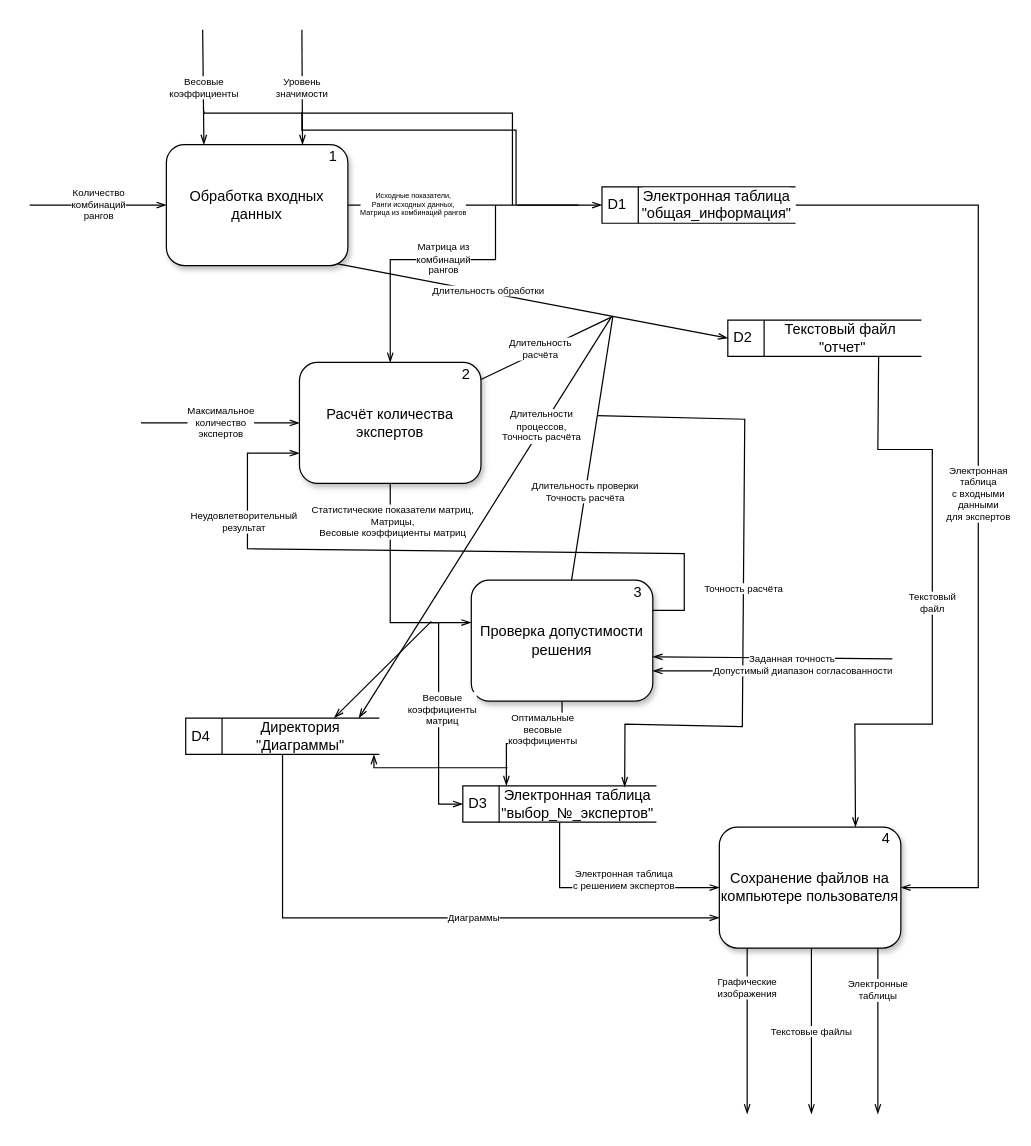
Earlier version of the draw.io diagram page "Уровень 1" (2 of 3) of draw_io/ddf prog.drawio (Dimj1k/Works). Source tidied: cells renumbered, new cells numbered last; positions are measured from the earlier drawing's top-left corner, leaving out a move shared by most shapes. Both pictures are drawn from the tidied source at 121%, with x=0, y=0 at pixel (29, 29).
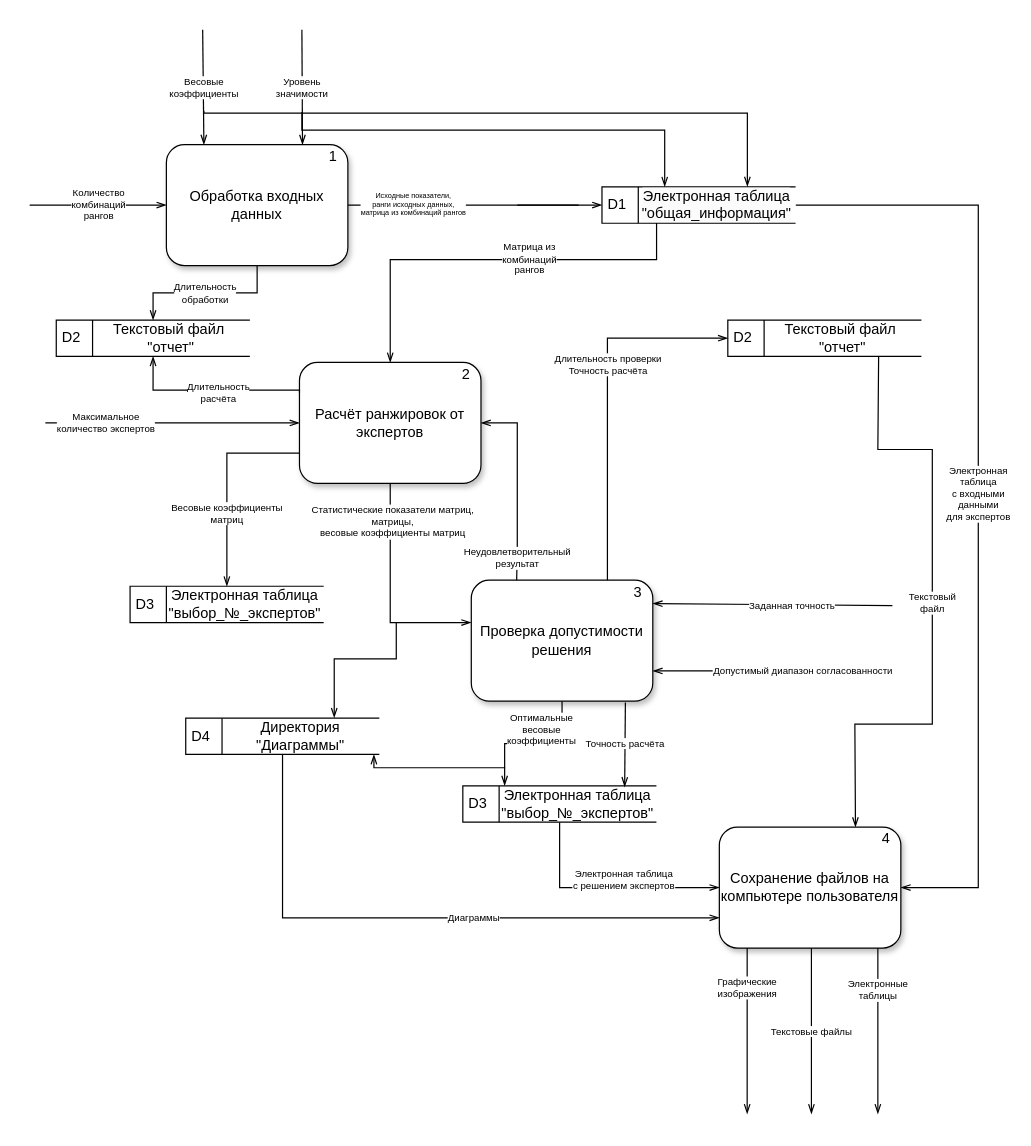
The same page after the edit.

The change refers to these unchanged cells:
```xml
<mxCell id="5" value="&lt;font style=&quot;font-size: 12px;&quot;&gt;D1&lt;/font&gt;" style="html=1;dashed=0;whiteSpace=wrap;shape=mxgraph.dfd.dataStoreID;align=left;spacingLeft=3;points=[[0,0],[0.5,0],[1,0],[0,0.5],[1,0.5],[0,1],[0.5,1],[1,1]];fontSize=8;" parent="1" vertex="1">
  <mxGeometry x="473" y="130" width="160" height="30" as="geometry" />
</mxCell>
<mxCell id="7" value="&lt;font style=&quot;font-size: 12px;&quot;&gt;D2&lt;/font&gt;" style="html=1;dashed=0;whiteSpace=wrap;shape=mxgraph.dfd.dataStoreID;align=left;spacingLeft=3;points=[[0,0],[0.5,0],[1,0],[0,0.5],[1,0.5],[0,1],[0.5,1],[1,1]];fontSize=8;" parent="1" vertex="1">
  <mxGeometry x="577" y="240" width="160" height="30" as="geometry" />
</mxCell>
<mxCell id="10" style="group;fontSize=8;shadow=1;" parent="1" vertex="1">
  <mxGeometry x="223" y="270" width="153" height="105" as="geometry" />
</mxCell>
<mxCell id="19" value="Обработка входных данных" style="html=1;dashed=0;whiteSpace=wrap;border-radius=5px;rounded=1;shadow=1;fontSize=12;" parent="17" vertex="1">
  <mxGeometry y="5" width="150" height="100" as="geometry" />
</mxCell>
<mxCell id="22" style="group;fontSize=8;shadow=1;" parent="1" vertex="1">
  <mxGeometry x="365" y="450" width="153" height="105" as="geometry" />
</mxCell>
<mxCell id="24" value="Проверка допустимости решения" style="html=1;dashed=0;whiteSpace=wrap;border-radius=5px;rounded=1;shadow=1;perimeterSpacing=0;strokeWidth=1;fontSize=12;" parent="22" vertex="1">
  <mxGeometry y="5" width="150" height="100" as="geometry" />
</mxCell>
<mxCell id="29" value="&lt;font style=&quot;font-size: 12px;&quot;&gt;D3&lt;/font&gt;" style="html=1;dashed=0;whiteSpace=wrap;shape=mxgraph.dfd.dataStoreID;align=left;spacingLeft=3;points=[[0,0],[0.5,0],[1,0],[0,0.5],[1,0.5],[0,1],[0.5,1],[1,1]];fontSize=8;" parent="1" vertex="1">
  <mxGeometry x="358" y="625" width="160" height="30" as="geometry" />
</mxCell>
<mxCell id="37" value="&lt;font style=&quot;font-size: 12px;&quot;&gt;D4&lt;/font&gt;" style="html=1;dashed=0;whiteSpace=wrap;shape=mxgraph.dfd.dataStoreID;align=left;spacingLeft=3;points=[[0,0],[0.5,0],[1,0],[0,0.5],[1,0.5],[0,1],[0.5,1],[1,1]];fontSize=8;" parent="1" vertex="1">
  <mxGeometry x="129" y="569" width="160" height="30" as="geometry" />
</mxCell>
```

The edit, as a diff of the source:
```diff
@@
-    <mxCell id="11" value="Расчёт количества экспертов" style="html=1;dashed=0;whiteSpace=wrap;border-radius=5px;rounded=1;shadow=1;glass=0;fontSize=12;" parent="10" vertex="1">
+    <mxCell id="11" value="Расчёт ранжировок от экспертов" style="html=1;dashed=0;whiteSpace=wrap;border-radius=5px;rounded=1;shadow=1;glass=0;fontSize=12;" parent="10" vertex="1">
       <mxGeometry y="5" width="150" height="100" as="geometry" />
     </mxCell>
@@
-    <mxCell id="13" value="Длительность&lt;br style=&quot;font-size: 8px;&quot;&gt;расчёта" style="rounded=0;jettySize=auto;html=1;endArrow=none;endFill=0;fontSize=8;jumpStyle=none;" parent="10" edge="1" source="11">
-      <mxGeometry x="-0.09" y="2" relative="1" as="geometry">
-        <mxPoint x="259" y="-33" as="targetPoint" />
-      </mxGeometry>
-    </mxCell>
-    <mxCell id="14" value="Матрица из&lt;br style=&quot;font-size: 8px;&quot;&gt;комбинаций&lt;br style=&quot;font-size: 8px;&quot;&gt;рангов" style="endArrow=none;html=1;endFill=0;edgeStyle=elbowEdgeStyle;elbow=vertical;jumpStyle=none;exitX=0.5;exitY=0;exitDx=0;exitDy=0;startArrow=openThin;startFill=0;fontSize=8;rounded=0;" parent="1" edge="1" source="11">
+    <mxCell id="14" value="Матрица из&lt;br style=&quot;font-size: 8px;&quot;&gt;комбинаций&lt;br style=&quot;font-size: 8px;&quot;&gt;рангов" style="endArrow=none;html=1;endFill=0;edgeStyle=elbowEdgeStyle;elbow=vertical;jumpStyle=none;exitX=0.5;exitY=0;exitDx=0;exitDy=0;startArrow=openThin;startFill=0;fontSize=8;rounded=0;entryX=0.282;entryY=0.992;entryDx=0;entryDy=0;entryPerimeter=0;" parent="1" edge="1" source="11" target="5">
       <mxGeometry x="0.19" relative="1" as="geometry">
-        <mxPoint x="385" y="145" as="targetPoint" />
         <Array as="points">
           <mxPoint x="357" y="190" />
         </Array>
       </mxGeometry>
     </mxCell>
-    <mxCell id="15" value="&lt;font style=&quot;font-size: 8px;&quot;&gt;Максимальное&lt;br style=&quot;border-color: var(--border-color); font-size: 8px;&quot;&gt;количество&lt;br style=&quot;border-color: var(--border-color); font-size: 8px;&quot;&gt;экспертов&lt;/font&gt;" style="endArrow=openThin;html=1;rounded=0;endFill=0;entryX=0;entryY=0.5;entryDx=0;entryDy=0;fontSize=8;" parent="1" edge="1" target="11">
-      <mxGeometry relative="1" as="geometry">
-        <mxPoint x="92" y="325" as="sourcePoint" />
-      </mxGeometry>
-    </mxCell>
-    <mxCell id="16" value="Длительность обработки" style="endArrow=none;html=1;rounded=0;endFill=0;exitX=0.923;exitY=0.98;exitDx=0;exitDy=0;exitPerimeter=0;fontSize=8;jumpStyle=none;" parent="1" edge="1" source="19">
-      <mxGeometry x="0.11" y="1" relative="1" as="geometry">
-        <mxPoint x="482" y="237" as="targetPoint" />
-      </mxGeometry>
-    </mxCell>
@@
-    <mxCell id="23" value="Длительность проверки&lt;br style=&quot;font-size: 8px;&quot;&gt;Точность расчёта&lt;br style=&quot;font-size: 8px;&quot;&gt;" style="rounded=0;jettySize=auto;html=1;endArrow=none;endFill=0;fontSize=8;" parent="22" edge="1" source="24">
-      <mxGeometry x="-0.33" relative="1" as="geometry">
-        <mxPoint x="117" y="-213" as="targetPoint" />
-      </mxGeometry>
-    </mxCell>
@@
-    <mxCell id="26" style="endArrow=openThin;html=1;rounded=0;endFill=0;entryX=0;entryY=0.5;entryDx=0;entryDy=0;fontSize=8;" parent="1" edge="1" target="7">
-      <mxGeometry relative="1" as="geometry">
-        <mxPoint x="482" y="237" as="sourcePoint" />
-      </mxGeometry>
-    </mxCell>
-    <mxCell id="27" value="Статистические показатели матриц,&lt;br style=&quot;font-size: 8px;&quot;&gt;Матрицы,&lt;br style=&quot;font-size: 8px;&quot;&gt;Весовые коэффициенты матриц" style="endArrow=openThin;html=1;rounded=0;endFill=0;entryX=-0.001;entryY=0.347;entryDx=0;entryDy=0;exitX=0.5;exitY=1;exitDx=0;exitDy=0;edgeStyle=elbowEdgeStyle;entryPerimeter=0;fontSize=8;elbow=vertical;" parent="1" edge="1" source="11" target="24">
+    <mxCell id="27" value="Статистические показатели матриц,&lt;br style=&quot;font-size: 8px;&quot;&gt;матрицы,&lt;br style=&quot;font-size: 8px;&quot;&gt;весовые коэффициенты матриц" style="endArrow=openThin;html=1;rounded=0;endFill=0;entryX=-0.001;entryY=0.347;entryDx=0;entryDy=0;exitX=0.5;exitY=1;exitDx=0;exitDy=0;edgeStyle=elbowEdgeStyle;entryPerimeter=0;fontSize=8;elbow=vertical;" parent="1" edge="1" source="11" target="24">
       <mxGeometry x="-0.65" y="2" relative="1" as="geometry">
         <Array as="points">
           <mxPoint x="318" y="490" />
         </Array>
       </mxGeometry>
     </mxCell>
@@
-    <mxCell id="31" value="Весовые&lt;br style=&quot;font-size: 8px;&quot;&gt;коэффициенты&lt;br style=&quot;font-size: 8px;&quot;&gt;матриц" style="endArrow=openThin;html=1;rounded=0;endFill=0;entryX=0;entryY=0.5;entryDx=0;entryDy=0;edgeStyle=elbowEdgeStyle;fontSize=8;" parent="1" edge="1" target="29">
-      <mxGeometry x="-0.11" y="3" relative="1" as="geometry">
-        <mxPoint x="331" y="490" as="sourcePoint" />
-        <Array as="points">
-          <mxPoint x="338" y="569" />
-        </Array>
-      </mxGeometry>
-    </mxCell>
-    <mxCell id="32" value="Точность расчёта" style="endArrow=openThin;html=1;rounded=0;endFill=0;entryX=0.836;entryY=0.027;entryDx=0;entryDy=0;fontSize=8;entryPerimeter=0;" parent="1" edge="1" target="29">
-      <mxGeometry relative="1" as="geometry">
-        <mxPoint x="469" y="319" as="sourcePoint" />
-        <Array as="points">
-          <mxPoint x="591" y="322" />
-          <mxPoint x="589" y="576" />
-          <mxPoint x="492" y="574" />
-        </Array>
-      </mxGeometry>
+    <mxCell id="32" value="Точность расчёта" style="endArrow=openThin;html=1;rounded=0;endFill=0;entryX=0.836;entryY=0.027;entryDx=0;entryDy=0;fontSize=8;entryPerimeter=0;exitX=0.849;exitY=1.01;exitDx=0;exitDy=0;exitPerimeter=0;" parent="1" edge="1" source="24" target="29">
+      <mxGeometry x="-0.03" relative="1" as="geometry" />
     </mxCell>
-    <mxCell id="33" style="endArrow=none;html=1;rounded=0;endFill=0;fontSize=8;edgeStyle=elbowEdgeStyle;elbow=vertical;" parent="1" edge="1">
+    <mxCell id="33" style="endArrow=openThin;html=1;rounded=0;endFill=0;fontSize=8;edgeStyle=elbowEdgeStyle;elbow=vertical;entryX=0.324;entryY=-0.007;entryDx=0;entryDy=0;entryPerimeter=0;" parent="1" edge="1" target="5">
       <mxGeometry relative="1" as="geometry">
         <mxPoint x="225" y="68" as="sourcePoint" />
-        <mxPoint x="402" y="145" as="targetPoint" />
         <Array as="points">
-          <mxPoint x="315" y="83" />
+          <mxPoint x="380" y="83" />
         </Array>
       </mxGeometry>
     </mxCell>
-    <mxCell id="34" style="endArrow=none;html=1;rounded=0;endFill=0;edgeStyle=elbowEdgeStyle;fontSize=8;elbow=vertical;" parent="1" edge="1">
+    <mxCell id="34" style="endArrow=openThin;html=1;rounded=0;endFill=0;edgeStyle=elbowEdgeStyle;fontSize=8;elbow=vertical;entryX=0.751;entryY=-0.011;entryDx=0;entryDy=0;entryPerimeter=0;" parent="1" edge="1" target="5">
       <mxGeometry relative="1" as="geometry">
         <mxPoint x="144" y="67" as="sourcePoint" />
-        <mxPoint x="399" y="145" as="targetPoint" />
         <Array as="points">
           <mxPoint x="397" y="69" />
         </Array>
       </mxGeometry>
     </mxCell>
-    <mxCell id="35" value="&lt;font style=&quot;font-size: 8px;&quot;&gt;Оптимальные&lt;br style=&quot;font-size: 8px;&quot;&gt;весовые&lt;br style=&quot;font-size: 8px;&quot;&gt;коэффициенты&lt;/font&gt;" style="edgeStyle=elbowEdgeStyle;jettySize=auto;html=1;exitX=0.5;exitY=1;exitDx=0;exitDy=0;entryX=0.225;entryY=-0.009;entryDx=0;entryDy=0;entryPerimeter=0;endArrow=openThin;endFill=0;fontSize=8;elbow=vertical;rounded=0;" parent="1" edge="1" source="24" target="29">
+    <mxCell id="35" value="&lt;font style=&quot;font-size: 8px;&quot;&gt;Оптимальные&lt;br style=&quot;font-size: 8px;&quot;&gt;весовые&lt;br style=&quot;font-size: 8px;&quot;&gt;коэффициенты&lt;/font&gt;" style="edgeStyle=elbowEdgeStyle;jettySize=auto;html=1;exitX=0.5;exitY=1;exitDx=0;exitDy=0;entryX=0.216;entryY=-0.009;entryDx=0;entryDy=0;entryPerimeter=0;endArrow=openThin;endFill=0;fontSize=8;elbow=vertical;rounded=0;" parent="1" edge="1" source="24" target="29">
       <mxGeometry x="-0.12" y="-11" relative="1" as="geometry" />
     </mxCell>
@@
-    <mxCell id="39" style="endArrow=openThin;html=1;rounded=0;endFill=0;entryX=0.767;entryY=-0.01;entryDx=0;entryDy=0;entryPerimeter=0;fontSize=8;" parent="1" edge="1" target="37">
+    <mxCell id="39" style="endArrow=openThin;html=1;rounded=0;endFill=0;entryX=0.767;entryY=-0.01;entryDx=0;entryDy=0;entryPerimeter=0;fontSize=8;edgeStyle=elbowEdgeStyle;elbow=vertical;" parent="1" edge="1" target="37">
       <mxGeometry relative="1" as="geometry">
-        <mxPoint x="332" y="489" as="sourcePoint" />
+        <mxPoint x="303" y="490" as="sourcePoint" />
+        <Array as="points">
+          <mxPoint x="313" y="520" />
+        </Array>
       </mxGeometry>
     </mxCell>
     <mxCell id="40" style="edgeStyle=elbowEdgeStyle;jettySize=auto;html=1;endArrow=openThin;endFill=0;fontSize=8;entryX=0.972;entryY=1.002;entryDx=0;entryDy=0;entryPerimeter=0;elbow=vertical;rounded=0;" parent="1" edge="1" target="37">
       <mxGeometry relative="1" as="geometry">
-        <mxPoint x="395" y="610" as="sourcePoint" />
+        <mxPoint x="393" y="610" as="sourcePoint" />
         <Array as="points">
           <mxPoint x="333" y="610" />
         </Array>
       </mxGeometry>
     </mxCell>
@@
-    <mxCell id="42" value="Заданная точность" style="rounded=1;jettySize=auto;html=1;entryX=1;entryY=0.633;entryDx=0;entryDy=0;endArrow=openThin;endFill=0;entryPerimeter=0;fontSize=8;" parent="1" edge="1" target="24">
+    <mxCell id="42" value="Заданная точность" style="rounded=1;orthogonalLoop=1;jettySize=auto;html=1;entryX=1;entryY=0.633;entryDx=0;entryDy=0;endArrow=openThin;endFill=0;entryPerimeter=0;fontSize=8;" parent="1" edge="1">
       <mxGeometry x="-0.16" y="1" relative="1" as="geometry">
-        <mxPoint x="713" y="520" as="sourcePoint" />
+        <mxPoint x="713" y="476" as="sourcePoint" />
+        <mxPoint x="515" y="474.3" as="targetPoint" />
       </mxGeometry>
     </mxCell>
-    <mxCell id="43" value="Неудовлетворительный&lt;br style=&quot;font-size: 8px;&quot;&gt;результат" style="rounded=0;jettySize=auto;html=1;exitX=1;exitY=0.25;exitDx=0;exitDy=0;entryX=0;entryY=0.75;entryDx=0;entryDy=0;endArrow=openThin;endFill=0;fontSize=8;elbow=vertical;" parent="1" edge="1" source="24" target="11">
-      <mxGeometry x="0.64" y="3" relative="1" as="geometry">
+    <mxCell id="43" value="Неудовлетворительный&lt;br style=&quot;font-size: 8px;&quot;&gt;результат" style="rounded=0;jettySize=auto;html=1;exitX=0.25;exitY=0;exitDx=0;exitDy=0;entryX=1;entryY=0.5;entryDx=0;entryDy=0;endArrow=openThin;endFill=0;fontSize=8;elbow=vertical;" parent="1" edge="1" source="24" target="11">
+      <mxGeometry x="-0.78" relative="1" as="geometry">
         <Array as="points">
-          <mxPoint x="541" y="480" />
-          <mxPoint x="541" y="433" />
-          <mxPoint x="180" y="429" />
-          <mxPoint x="180" y="350" />
+          <mxPoint x="403" y="429" />
+          <mxPoint x="403" y="325" />
         </Array>
       </mxGeometry>
     </mxCell>
@@
-    <mxCell id="50" value="&lt;div style=&quot;font-size: 6px;&quot;&gt;&lt;span style=&quot;font-size: 6px;&quot;&gt;Исходные показатели,&lt;/span&gt;&lt;/div&gt;&lt;font style=&quot;font-size: 6px;&quot;&gt;&lt;div style=&quot;font-size: 6px;&quot;&gt;Ранги исходных данных,&lt;/div&gt;&lt;div style=&quot;font-size: 6px;&quot;&gt;Матрица из комбинаций рангов&lt;/div&gt;&lt;/font&gt;" style="endArrow=openThin;html=1;rounded=0;endFill=0;entryX=0;entryY=0.5;entryDx=0;entryDy=0;align=center;fontSize=6;" parent="1" edge="1" target="5">
+    <mxCell id="50" value="&lt;div style=&quot;font-size: 6px;&quot;&gt;&lt;span style=&quot;font-size: 6px;&quot;&gt;Исходные показатели,&lt;/span&gt;&lt;/div&gt;&lt;font style=&quot;font-size: 6px;&quot;&gt;&lt;div style=&quot;font-size: 6px;&quot;&gt;ранги исходных данных,&lt;/div&gt;&lt;div style=&quot;font-size: 6px;&quot;&gt;матрица из комбинаций рангов&lt;/div&gt;&lt;/font&gt;" style="endArrow=openThin;html=1;rounded=0;endFill=0;entryX=0;entryY=0.5;entryDx=0;entryDy=0;align=center;fontSize=6;" parent="1" edge="1" target="5">
       <mxGeometry x="-1" y="-86" relative="1" as="geometry">
         <mxPoint x="403" y="145" as="sourcePoint" />
         <mxPoint x="-86" y="-86" as="offset" />
       </mxGeometry>
     </mxCell>
-    <mxCell id="51" value="Длительности&lt;br style=&quot;font-size: 8px;&quot;&gt;процессов,&lt;br style=&quot;font-size: 8px;&quot;&gt;Точность расчёта" style="rounded=0;jettySize=auto;html=1;endArrow=openThin;endFill=0;entryX=0.894;entryY=0;entryDx=0;entryDy=0;entryPerimeter=0;fontSize=8;" parent="1" edge="1" target="37">
-      <mxGeometry x="-0.45" relative="1" as="geometry">
-        <mxPoint x="481" y="237" as="sourcePoint" />
-      </mxGeometry>
-    </mxCell>
+    <mxCell id="52" value="&lt;font style=&quot;font-size: 12px;&quot;&gt;D2&lt;/font&gt;" style="html=1;dashed=0;whiteSpace=wrap;shape=mxgraph.dfd.dataStoreID;align=left;spacingLeft=3;points=[[0,0],[0.5,0],[1,0],[0,0.5],[1,0.5],[0,1],[0.5,1],[1,1]];fontSize=8;" parent="1" vertex="1">
+      <mxGeometry x="22" y="240" width="160" height="30" as="geometry" />
+    </mxCell>
+    <mxCell id="53" value="Текстовый файл&amp;nbsp;&lt;br style=&quot;font-size: 12px;&quot;&gt;&quot;отчет&quot;" style="text;html=1;strokeColor=none;fillColor=none;align=center;verticalAlign=middle;whiteSpace=wrap;rounded=0;fontSize=12;" parent="1" vertex="1">
+      <mxGeometry x="52" y="250" width="130" height="10" as="geometry" />
+    </mxCell>
+    <mxCell id="15" value="&lt;font style=&quot;font-size: 8px;&quot;&gt;Максимальное&lt;br style=&quot;border-color: var(--border-color); font-size: 8px;&quot;&gt;количество экспертов&lt;/font&gt;" style="endArrow=openThin;html=1;rounded=0;endFill=0;fontSize=8;entryX=0;entryY=0.5;entryDx=0;entryDy=0;" parent="1" edge="1" target="11">
+      <mxGeometry x="-0.52" relative="1" as="geometry">
+        <mxPoint x="13" y="325" as="sourcePoint" />
+      </mxGeometry>
+    </mxCell>
+    <mxCell id="13" value="Длительность&lt;br style=&quot;font-size: 8px;&quot;&gt;расчёта" style="rounded=0;jettySize=auto;html=1;endArrow=openThin;endFill=0;fontSize=8;jumpStyle=none;exitX=0;exitY=0.25;exitDx=0;exitDy=0;entryX=0.5;entryY=1;entryDx=0;entryDy=0;edgeStyle=elbowEdgeStyle;elbow=vertical;" parent="1" edge="1" source="11" target="52">
+      <mxGeometry x="-0.09" y="2" relative="1" as="geometry">
+        <Array as="points">
+          <mxPoint x="164" y="298" />
+        </Array>
+      </mxGeometry>
+    </mxCell>
+    <mxCell id="16" value="Длительность&lt;br style=&quot;font-size: 8px;&quot;&gt;обработки" style="rounded=0;jettySize=auto;html=1;entryX=0.5;entryY=0;entryDx=0;entryDy=0;endArrow=openThin;endFill=0;fontSize=8;edgeStyle=orthogonalEdgeStyle;" parent="1" edge="1" source="19" target="52">
+      <mxGeometry relative="1" as="geometry" />
+    </mxCell>
+    <mxCell id="23" value="Длительность проверки&lt;br style=&quot;font-size: 8px;&quot;&gt;Точность расчёта&lt;br style=&quot;font-size: 8px;&quot;&gt;" style="rounded=0;jettySize=auto;html=1;endArrow=openThin;endFill=0;fontSize=8;entryX=0;entryY=0.5;entryDx=0;entryDy=0;edgeStyle=elbowEdgeStyle;elbow=vertical;exitX=0.75;exitY=0;exitDx=0;exitDy=0;" parent="1" edge="1" source="24" target="7">
+      <mxGeometry x="0.19" relative="1" as="geometry">
+        <Array as="points">
+          <mxPoint x="433" y="255" />
+        </Array>
+      </mxGeometry>
+    </mxCell>
+    <mxCell id="54" value="&lt;font style=&quot;font-size: 12px;&quot;&gt;D3&lt;/font&gt;" style="html=1;dashed=0;whiteSpace=wrap;shape=mxgraph.dfd.dataStoreID;align=left;spacingLeft=3;points=[[0,0],[0.5,0],[1,0],[0,0.5],[1,0.5],[0,1],[0.5,1],[1,1]];fontSize=8;" parent="1" vertex="1">
+      <mxGeometry x="83" y="460" width="160" height="30" as="geometry" />
+    </mxCell>
+    <mxCell id="55" value="Электронная таблица&lt;br style=&quot;font-size: 12px;&quot;&gt;&quot;выбор_№_экспертов&quot;" style="text;html=1;strokeColor=none;fillColor=none;align=center;verticalAlign=middle;whiteSpace=wrap;rounded=0;fontSize=12;" parent="1" vertex="1">
+      <mxGeometry x="113" y="470" width="130" height="10" as="geometry" />
+    </mxCell>
+    <mxCell id="31" value="Весовые коэффициенты&lt;br&gt;матриц" style="endArrow=openThin;html=1;rounded=0;endFill=0;entryX=0.5;entryY=0;entryDx=0;entryDy=0;exitX=0;exitY=0.75;exitDx=0;exitDy=0;edgeStyle=elbowEdgeStyle;fontSize=8;elbow=vertical;" parent="1" edge="1" source="11" target="54">
+      <mxGeometry x="0.29" relative="1" as="geometry">
+        <Array as="points">
+          <mxPoint x="203" y="350" />
+        </Array>
+      </mxGeometry>
+    </mxCell>
```
